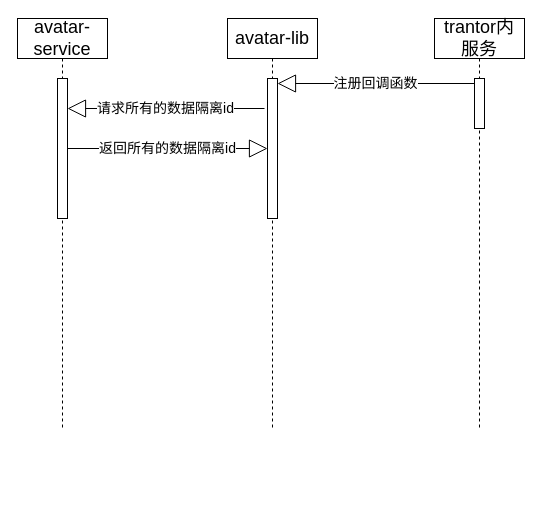
The draw.io diagram avatar时序图.drawio in 15083787153/go-gRPC, before the edit. Source tidied: cells renumbered, new cells numbered last; positions are measured from the earlier drawing's top-left corner, leaving out a move shared by most shapes. Both pictures are drawn from the tidied source at 100%, with x=0, y=0 at pixel (17, 18).
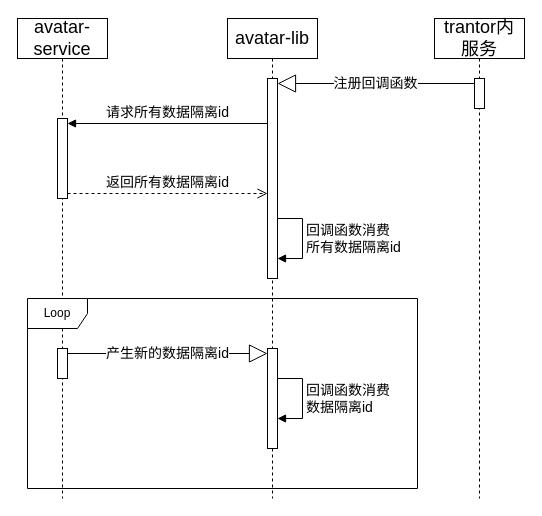
The same diagram, later.

Commit message:
更新avatar时序图.drawio

What changed in the source:
```diff
@@
     <mxCell id="2" value="&lt;font style=&quot;font-size: 18px;&quot;&gt;avatar-lib&lt;/font&gt;" style="shape=umlLifeline;perimeter=lifelinePerimeter;whiteSpace=wrap;html=1;newEdgeStyle={&quot;curved&quot;:0,&quot;rounded&quot;:0};" parent="1" vertex="1">
-      <mxGeometry x="210" width="90" height="410" as="geometry" />
+      <mxGeometry x="210" width="90" height="480" as="geometry" />
     </mxCell>
     <mxCell id="3" style="html=1;points=[[0,0,0,0,5],[0,1,0,0,-5],[1,0,0,0,5],[1,1,0,0,-5]];perimeter=orthogonalPerimeter;outlineConnect=0;targetShapes=umlLifeline;portConstraint=eastwest;newEdgeStyle={&quot;curved&quot;:0,&quot;rounded&quot;:0};" parent="2" vertex="1">
-      <mxGeometry x="40" y="60" width="10" height="140" as="geometry" />
+      <mxGeometry x="40" y="60" width="10" height="200" as="geometry" />
     </mxCell>
+    <mxCell id="11" value="&lt;font style=&quot;font-size: 14px;&quot;&gt;回调函数消费&lt;br&gt;所有数据隔离id&lt;/font&gt;" style="html=1;align=left;spacingLeft=2;endArrow=block;rounded=0;edgeStyle=orthogonalEdgeStyle;curved=0;rounded=0;" parent="2" edge="1" source="3">
+      <mxGeometry relative="1" as="geometry">
+        <mxPoint x="50" y="240" as="targetPoint" />
+        <Array as="points">
+          <mxPoint x="75" y="200" />
+          <mxPoint x="75" y="240" />
+        </Array>
+      </mxGeometry>
+    </mxCell>
+    <mxCell id="12" style="html=1;points=[[0,0,0,0,5],[0,1,0,0,-5],[1,0,0,0,5],[1,1,0,0,-5]];perimeter=orthogonalPerimeter;outlineConnect=0;targetShapes=umlLifeline;portConstraint=eastwest;newEdgeStyle={&quot;curved&quot;:0,&quot;rounded&quot;:0};" parent="2" vertex="1">
+      <mxGeometry x="40" y="330" width="10" height="100" as="geometry" />
+    </mxCell>
     <mxCell id="4" value="&lt;span style=&quot;font-size: 18px;&quot;&gt;trantor内服务&lt;/span&gt;" style="shape=umlLifeline;perimeter=lifelinePerimeter;whiteSpace=wrap;html=1;newEdgeStyle={&quot;curved&quot;:0,&quot;rounded&quot;:0};" parent="1" vertex="1">
-      <mxGeometry x="417" width="90" height="410" as="geometry" />
+      <mxGeometry x="417" width="90" height="480" as="geometry" />
     </mxCell>
     <mxCell id="5" style="html=1;points=[[0,0,0,0,5],[0,1,0,0,-5],[1,0,0,0,5],[1,1,0,0,-5]];perimeter=orthogonalPerimeter;outlineConnect=0;targetShapes=umlLifeline;portConstraint=eastwest;newEdgeStyle={&quot;curved&quot;:0,&quot;rounded&quot;:0};" parent="4" vertex="1">
-      <mxGeometry x="40" y="60" width="10" height="50" as="geometry" />
+      <mxGeometry x="40" y="60" width="10" height="30" as="geometry" />
     </mxCell>
     <mxCell id="6" value="&lt;font style=&quot;font-size: 18px;&quot;&gt;avatar-service&lt;/font&gt;" style="shape=umlLifeline;perimeter=lifelinePerimeter;whiteSpace=wrap;html=1;newEdgeStyle={&quot;curved&quot;:0,&quot;rounded&quot;:0};" parent="1" vertex="1">
-      <mxGeometry width="90" height="410" as="geometry" />
+      <mxGeometry width="90" height="480" as="geometry" />
     </mxCell>
-    <mxCell id="7" style="html=1;points=[[0,0,0,0,5],[0,1,0,0,-5],[1,0,0,0,5],[1,1,0,0,-5]];perimeter=orthogonalPerimeter;outlineConnect=0;targetShapes=umlLifeline;portConstraint=eastwest;newEdgeStyle={&quot;curved&quot;:0,&quot;rounded&quot;:0};" parent="6" vertex="1">
-      <mxGeometry x="40" y="60" width="10" height="140" as="geometry" />
-    </mxCell>
+    <mxCell id="13" style="html=1;points=[[0,0,0,0,5],[0,1,0,0,-5],[1,0,0,0,5],[1,1,0,0,-5]];perimeter=orthogonalPerimeter;outlineConnect=0;targetShapes=umlLifeline;portConstraint=eastwest;newEdgeStyle={&quot;curved&quot;:0,&quot;rounded&quot;:0};" parent="6" vertex="1">
+      <mxGeometry x="40" y="100" width="10" height="80" as="geometry" />
+    </mxCell>
+    <mxCell id="14" style="html=1;points=[[0,0,0,0,5],[0,1,0,0,-5],[1,0,0,0,5],[1,1,0,0,-5]];perimeter=orthogonalPerimeter;outlineConnect=0;targetShapes=umlLifeline;portConstraint=eastwest;newEdgeStyle={&quot;curved&quot;:0,&quot;rounded&quot;:0};" parent="6" vertex="1">
+      <mxGeometry x="40" y="330" width="10" height="30" as="geometry" />
+    </mxCell>
@@
-    <mxCell id="9" value="&lt;font style=&quot;font-size: 14px;&quot;&gt;请求所有的数据隔离id&lt;/font&gt;" style="endArrow=block;endSize=16;endFill=0;html=1;rounded=0;exitX=0;exitY=0;exitDx=0;exitDy=5;exitPerimeter=0;" parent="1" edge="1">
-      <mxGeometry relative="1" as="geometry">
-        <mxPoint x="247" y="90" as="sourcePoint" />
-        <mxPoint x="50" y="90" as="targetPoint" />
-      </mxGeometry>
-    </mxCell>
-    <mxCell id="10" value="&lt;font style=&quot;font-size: 14px;&quot;&gt;返回所有的数据隔离id&lt;/font&gt;" style="endArrow=block;endSize=16;endFill=0;html=1;rounded=0;" parent="1" edge="1" source="7" target="3">
-      <mxGeometry relative="1" as="geometry" />
-    </mxCell>
+    <mxCell id="15" value="&lt;span style=&quot;font-size: 14px;&quot;&gt;请求所有数据隔离id&lt;/span&gt;" style="html=1;verticalAlign=bottom;endArrow=block;curved=0;rounded=0;entryX=1;entryY=0;entryDx=0;entryDy=5;" parent="1" edge="1" source="3" target="13">
+      <mxGeometry relative="1" as="geometry" />
+    </mxCell>
+    <mxCell id="16" value="&lt;font style=&quot;font-size: 14px;&quot;&gt;返回所有数据隔离id&lt;/font&gt;" style="html=1;verticalAlign=bottom;endArrow=open;dashed=1;endSize=8;curved=0;rounded=0;exitX=1;exitY=1;exitDx=0;exitDy=-5;" parent="1" edge="1" source="13" target="3">
+      <mxGeometry relative="1" as="geometry" />
+    </mxCell>
+    <mxCell id="17" value="Loop" style="shape=umlFrame;whiteSpace=wrap;html=1;" parent="1" vertex="1">
+      <mxGeometry x="10" y="280" width="390" height="190" as="geometry" />
+    </mxCell>
+    <mxCell id="18" value="&lt;span style=&quot;font-size: 14px;&quot;&gt;产生新的数据隔离id&lt;/span&gt;" style="endArrow=block;endSize=16;endFill=0;html=1;rounded=0;entryX=0;entryY=0;entryDx=0;entryDy=5;entryPerimeter=0;" parent="1" edge="1" source="14" target="12">
+      <mxGeometry relative="1" as="geometry" />
+    </mxCell>
+    <mxCell id="19" value="&lt;font style=&quot;font-size: 14px;&quot;&gt;回调函数消费&lt;br&gt;数据隔离id&lt;/font&gt;" style="html=1;align=left;spacingLeft=2;endArrow=block;rounded=0;edgeStyle=orthogonalEdgeStyle;curved=0;rounded=0;" parent="1" edge="1">
+      <mxGeometry relative="1" as="geometry">
+        <mxPoint x="260" y="360" as="sourcePoint" />
+        <mxPoint x="260" y="400" as="targetPoint" />
+        <Array as="points">
+          <mxPoint x="285" y="360" />
+          <mxPoint x="285" y="400" />
+        </Array>
+      </mxGeometry>
+    </mxCell>
```
